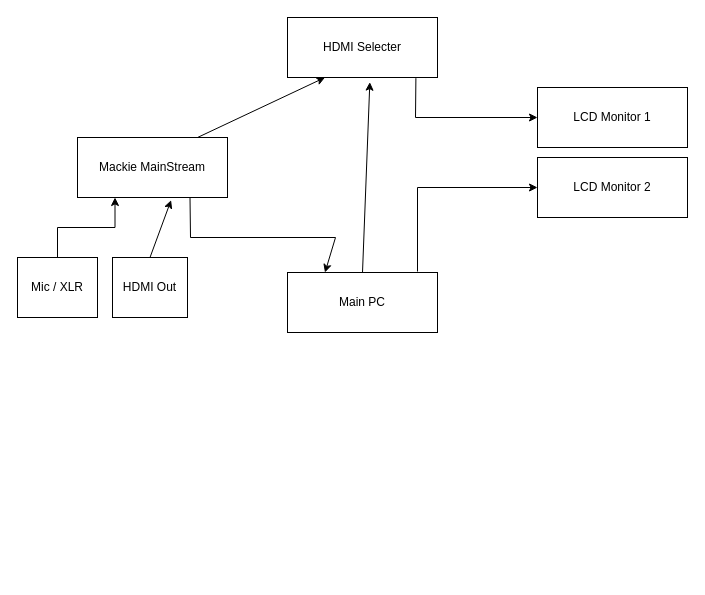
Earlier version of the draw.io diagram streaming_setting.drawio (hirofumihida/drowio-home). Source tidied: cells renumbered, new cells numbered last; positions are measured from the earlier drawing's top-left corner, leaving out a move shared by most shapes. Both pictures are drawn from the tidied source at 100%, with x=0, y=0 at pixel (17, 17).
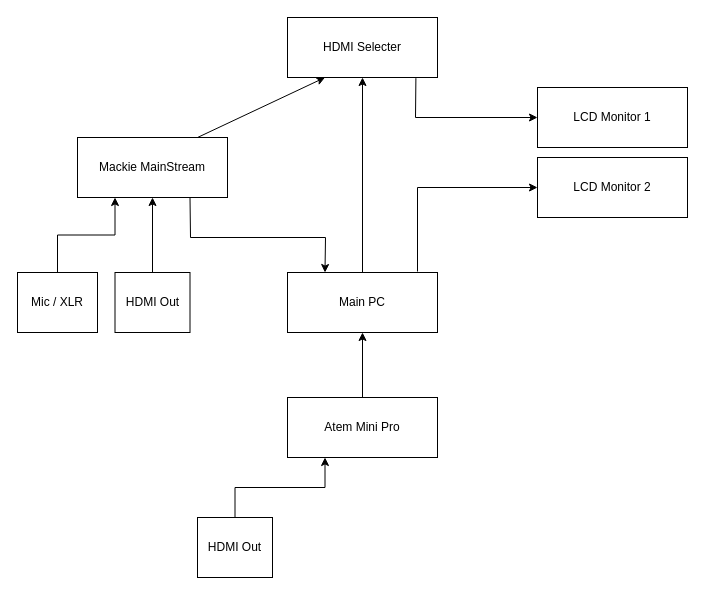
Above is the later version.

Unchanged cells that the change refers to:
```xml
<mxCell id="2" value="Mackie MainStream" style="rounded=0;whiteSpace=wrap;html=1;" parent="1" vertex="1">
  <mxGeometry x="60" y="120" width="150" height="60" as="geometry" />
</mxCell>
<mxCell id="7" value="HDMI Selecter" style="rounded=0;whiteSpace=wrap;html=1;" parent="1" vertex="1">
  <mxGeometry x="270" width="150" height="60" as="geometry" />
</mxCell>
<mxCell id="11" value="Main PC" style="rounded=0;whiteSpace=wrap;html=1;" parent="1" vertex="1">
  <mxGeometry x="270" y="255" width="150" height="60" as="geometry" />
</mxCell>
```

Change to the diagram source:
```diff
@@
     <mxCell id="4" value="Mic / XLR" style="rounded=0;whiteSpace=wrap;html=1;" parent="1" vertex="1">
-      <mxGeometry y="240" width="80" height="60" as="geometry" />
+      <mxGeometry y="255" width="80" height="60" as="geometry" />
     </mxCell>
     <mxCell id="5" value="HDMI Out" style="rounded=0;whiteSpace=wrap;html=1;" parent="1" vertex="1">
-      <mxGeometry x="95" y="240" width="75" height="60" as="geometry" />
+      <mxGeometry x="97.5" y="255" width="75" height="60" as="geometry" />
     </mxCell>
-    <mxCell id="6" style="endArrow=classic;html=1;rounded=0;exitX=0.5;exitY=0;exitDx=0;exitDy=0;entryX=0.624;entryY=1.044;entryDx=0;entryDy=0;entryPerimeter=0;" parent="1" edge="1" source="5" target="2">
+    <mxCell id="6" style="endArrow=classic;html=1;rounded=0;exitX=0.5;exitY=0;exitDx=0;exitDy=0;entryX=0.5;entryY=1;entryDx=0;entryDy=0;" parent="1" edge="1" source="5" target="2">
       <mxGeometry relative="1" as="geometry" />
     </mxCell>
@@
-    <mxCell id="12" style="endArrow=classic;html=1;rounded=0;exitX=0.5;exitY=0;exitDx=0;exitDy=0;entryX=0.549;entryY=1.078;entryDx=0;entryDy=0;entryPerimeter=0;" parent="1" edge="1" source="11" target="7">
+    <mxCell id="12" style="endArrow=classic;html=1;rounded=0;exitX=0.5;exitY=0;exitDx=0;exitDy=0;entryX=0.5;entryY=1;entryDx=0;entryDy=0;" parent="1" edge="1" source="11" target="7">
       <mxGeometry relative="1" as="geometry" />
     </mxCell>
     <mxCell id="13" style="endArrow=classic;html=1;rounded=0;exitX=0.75;exitY=1;exitDx=0;exitDy=0;entryX=0.25;entryY=0;entryDx=0;entryDy=0;" parent="1" edge="1" source="2" target="11">
       <mxGeometry relative="1" as="geometry">
         <Array as="points">
           <mxPoint x="173" y="220" />
-          <mxPoint x="318" y="220" />
+          <mxPoint x="308" y="220" />
         </Array>
       </mxGeometry>
     </mxCell>
@@
+    <mxCell id="16" value="Atem Mini Pro" style="rounded=0;whiteSpace=wrap;html=1;" parent="1" vertex="1">
+      <mxGeometry x="270" y="380" width="150" height="60" as="geometry" />
+    </mxCell>
+    <mxCell id="17" style="edgeStyle=orthogonalEdgeStyle;rounded=0;jettySize=auto;html=1;entryX=0.25;entryY=1;entryDx=0;entryDy=0;exitX=0.5;exitY=0;exitDx=0;exitDy=0;" parent="1" edge="1" source="18" target="16">
+      <mxGeometry relative="1" as="geometry" />
+    </mxCell>
+    <mxCell id="18" value="HDMI Out" style="rounded=0;whiteSpace=wrap;html=1;" parent="1" vertex="1">
+      <mxGeometry x="180" y="500" width="75" height="60" as="geometry" />
+    </mxCell>
+    <mxCell id="19" style="endArrow=classic;html=1;rounded=0;entryX=0.5;entryY=1;entryDx=0;entryDy=0;exitX=0.5;exitY=0;exitDx=0;exitDy=0;" parent="1" edge="1" source="16" target="11">
+      <mxGeometry relative="1" as="geometry" />
+    </mxCell>
```
